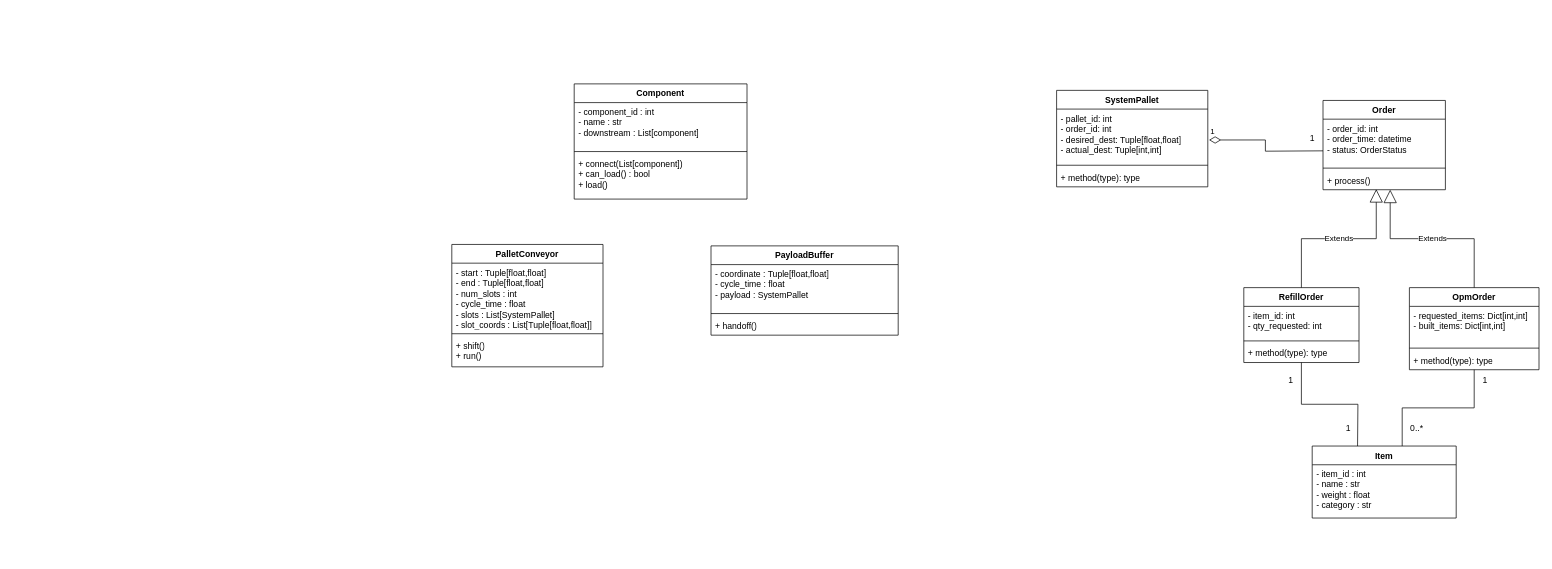
joonaMakiKorte/MaterialFlow keeps this draw.io diagram as docs/uml/class_diagram.drawio. Above is the earlier version. Source tidied: cells renumbered, new cells numbered last; positions are measured from the earlier drawing's top-left corner, leaving out a move shared by most shapes. Both pictures are drawn from the tidied source at 72%, with x=0, y=0 at pixel (451, 84).
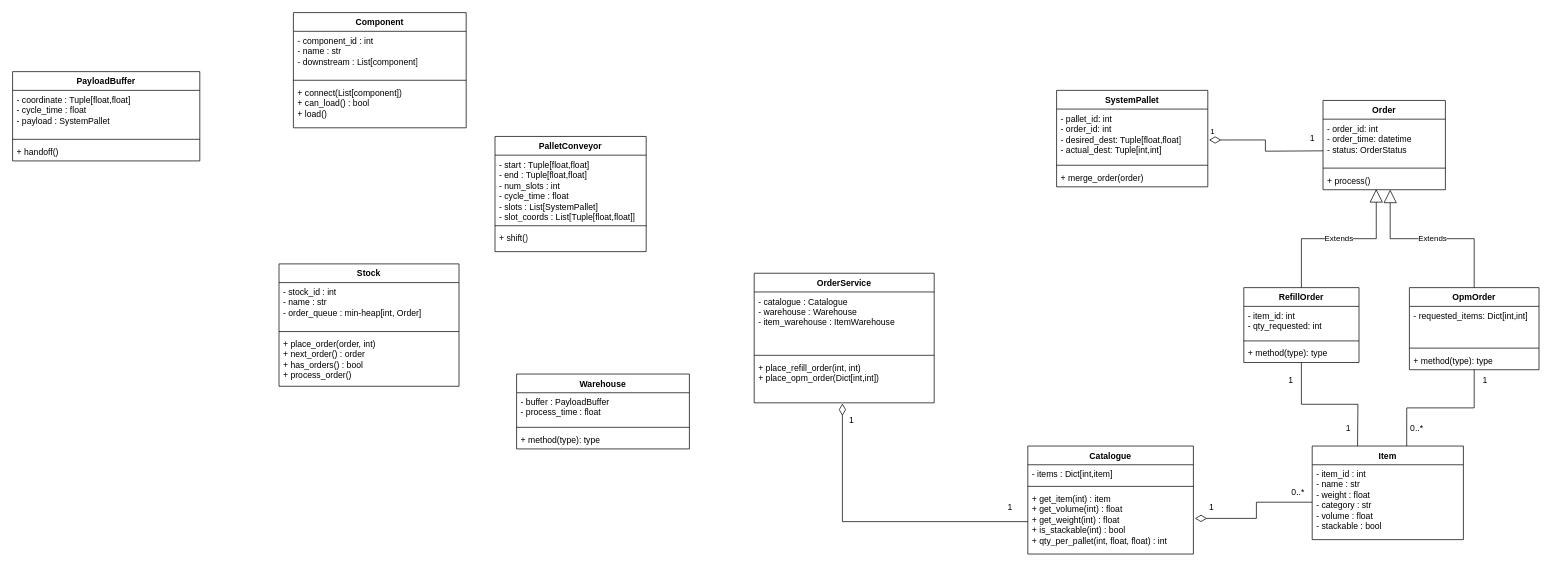
The same page after the edit.

Unchanged cells that the change refers to:
```xml
<mxCell id="8" value="SystemPallet" style="swimlane;fontStyle=1;align=center;verticalAlign=top;horizontal=1;startSize=26;whiteSpace=wrap;html=1;" parent="1" vertex="1">
  <mxGeometry x="840" y="9" width="210" height="134" as="geometry" />
</mxCell>
<mxCell id="16" value="OpmOrder" style="swimlane;fontStyle=1;align=center;verticalAlign=top;horizontal=1;startSize=26;whiteSpace=wrap;html=1;" parent="1" vertex="1">
  <mxGeometry x="1330" y="283" width="180" height="114" as="geometry" />
</mxCell>
```

Diff of the diagram source:
```diff
@@
     <mxCell id="6" value="Item" style="swimlane;fontStyle=1;align=center;verticalAlign=top;horizontal=1;startSize=26;whiteSpace=wrap;html=1;" parent="1" vertex="1">
-      <mxGeometry x="1195" y="503" width="200" height="100" as="geometry" />
+      <mxGeometry x="1195" y="503" width="210" height="130" as="geometry" />
     </mxCell>
-    <mxCell id="7" value="- item_id : int&lt;div&gt;- name : str&lt;/div&gt;&lt;div&gt;- weight : float&lt;/div&gt;&lt;div&gt;- category : str&amp;nbsp;&lt;/div&gt;" style="text;strokeColor=none;fillColor=none;align=left;verticalAlign=top;spacingLeft=4;spacingRight=4;overflow=hidden;points=[[0,0.5],[1,0.5]];portConstraint=eastwest;whiteSpace=wrap;html=1;" parent="6" vertex="1">
-      <mxGeometry y="26" width="200" height="74" as="geometry" />
+    <mxCell id="7" value="- item_id : int&lt;div&gt;- name : str&lt;/div&gt;&lt;div&gt;- weight : float&lt;/div&gt;&lt;div&gt;- category : str&lt;/div&gt;&lt;div&gt;- volume : float&lt;/div&gt;&lt;div&gt;- stackable : bool&amp;nbsp;&lt;/div&gt;" style="text;strokeColor=none;fillColor=none;align=left;verticalAlign=top;spacingLeft=4;spacingRight=4;overflow=hidden;points=[[0,0.5],[1,0.5]];portConstraint=eastwest;whiteSpace=wrap;html=1;" parent="6" vertex="1">
+      <mxGeometry y="26" width="210" height="104" as="geometry" />
     </mxCell>
@@
-    <mxCell id="11" value="+ method(type): type" style="text;strokeColor=none;fillColor=none;align=left;verticalAlign=top;spacingLeft=4;spacingRight=4;overflow=hidden;whiteSpace=wrap;html=1;" parent="8" vertex="1">
+    <mxCell id="11" value="+ merge_order(order)" style="text;strokeColor=none;fillColor=none;align=left;verticalAlign=top;spacingLeft=4;spacingRight=4;overflow=hidden;whiteSpace=wrap;html=1;" parent="8" vertex="1">
       <mxGeometry y="108" width="210" height="26" as="geometry" />
     </mxCell>
@@
-    <mxCell id="17" value="- requested_items: Dict[int,int]&lt;div&gt;- built_items: Dict[int,int]&lt;/div&gt;" style="text;strokeColor=none;fillColor=none;align=left;verticalAlign=top;spacingLeft=4;spacingRight=4;overflow=hidden;whiteSpace=wrap;html=1;" parent="16" vertex="1">
+    <mxCell id="17" value="- requested_items: Dict[int,int]" style="text;strokeColor=none;fillColor=none;align=left;verticalAlign=top;spacingLeft=4;spacingRight=4;overflow=hidden;whiteSpace=wrap;html=1;" parent="16" vertex="1">
       <mxGeometry y="26" width="180" height="54" as="geometry" />
     </mxCell>
@@
     <mxCell id="30" value="Component" style="swimlane;fontStyle=1;align=center;verticalAlign=top;horizontal=1;startSize=26;whiteSpace=wrap;html=1;" parent="1" vertex="1">
-      <mxGeometry x="170" width="240" height="160" as="geometry" />
+      <mxGeometry x="-220" y="-99" width="240" height="160" as="geometry" />
     </mxCell>
@@
     <mxCell id="34" value="PalletConveyor" style="swimlane;fontStyle=1;align=center;verticalAlign=top;horizontal=1;startSize=26;whiteSpace=wrap;html=1;" parent="1" vertex="1">
-      <mxGeometry y="223" width="210" height="170" as="geometry" />
+      <mxGeometry x="60" y="73" width="210" height="160" as="geometry" />
     </mxCell>
@@
-    <mxCell id="37" value="+ shift()&lt;div&gt;+ run()&lt;/div&gt;" style="text;strokeColor=none;fillColor=none;align=left;verticalAlign=top;spacingLeft=4;spacingRight=4;overflow=hidden;whiteSpace=wrap;html=1;" parent="34" vertex="1">
-      <mxGeometry y="128" width="210" height="42" as="geometry" />
+    <mxCell id="37" value="+ shift()&lt;div&gt;&lt;br&gt;&lt;/div&gt;" style="text;strokeColor=none;fillColor=none;align=left;verticalAlign=top;spacingLeft=4;spacingRight=4;overflow=hidden;whiteSpace=wrap;html=1;" parent="34" vertex="1">
+      <mxGeometry y="128" width="210" height="32" as="geometry" />
     </mxCell>
     <mxCell id="38" value="PayloadBuffer" style="swimlane;fontStyle=1;align=center;verticalAlign=top;horizontal=1;startSize=26;whiteSpace=wrap;html=1;" parent="1" vertex="1">
-      <mxGeometry x="360" y="225" width="260" height="124" as="geometry" />
+      <mxGeometry x="-610" y="-17" width="260" height="124" as="geometry" />
     </mxCell>
@@
+    <mxCell id="42" value="Catalogue" style="swimlane;fontStyle=1;align=center;verticalAlign=top;horizontal=1;startSize=26;whiteSpace=wrap;html=1;" parent="1" vertex="1">
+      <mxGeometry x="800" y="503" width="230" height="150" as="geometry" />
+    </mxCell>
+    <mxCell id="43" value="- items : Dict[int,item]" style="text;strokeColor=none;fillColor=none;align=left;verticalAlign=top;spacingLeft=4;spacingRight=4;overflow=hidden;whiteSpace=wrap;html=1;" parent="42" vertex="1">
+      <mxGeometry y="26" width="230" height="26" as="geometry" />
+    </mxCell>
+    <mxCell id="44" style="line;strokeWidth=1;fillColor=none;align=left;verticalAlign=middle;spacingTop=-1;spacingLeft=3;spacingRight=3;labelPosition=right;strokeColor=inherit;" parent="42" vertex="1">
+      <mxGeometry y="52" width="230" height="8" as="geometry" />
+    </mxCell>
+    <mxCell id="45" value="+ get_item(int) : item&lt;div&gt;+ get_volume(int) : float&lt;/div&gt;&lt;div&gt;+ get_weight(int) : float&lt;/div&gt;&lt;div&gt;+ is_stackable(int) : bool&lt;/div&gt;&lt;div&gt;+ qty_per_pallet(int, float, float) : int&lt;/div&gt;" style="text;strokeColor=none;fillColor=none;align=left;verticalAlign=top;spacingLeft=4;spacingRight=4;overflow=hidden;points=[[0,0.5],[1,0.5]];portConstraint=eastwest;whiteSpace=wrap;html=1;" parent="42" vertex="1">
+      <mxGeometry y="60" width="230" height="90" as="geometry" />
+    </mxCell>
+    <mxCell id="46" style="edgeStyle=orthogonalEdgeStyle;rounded=0;jettySize=auto;html=1;endArrow=none;endFill=0;startArrow=diamondThin;startFill=0;exitX=1.009;exitY=0.45;exitDx=0;exitDy=0;exitPerimeter=0;startSize=14;" parent="1" edge="1" source="45" target="7">
+      <mxGeometry relative="1" as="geometry" />
+    </mxCell>
+    <mxCell id="47" value="1" style="text;html=1;align=center;verticalAlign=middle;strokeColor=none;fillColor=none;" parent="1" vertex="1">
+      <mxGeometry x="1040" y="573" width="30" height="30" as="geometry" />
+    </mxCell>
+    <mxCell id="48" value="0..*" style="text;html=1;align=center;verticalAlign=middle;strokeColor=none;fillColor=none;" parent="1" vertex="1">
+      <mxGeometry x="1155" y="553" width="40" height="30" as="geometry" />
+    </mxCell>
+    <mxCell id="49" value="OrderService" style="swimlane;fontStyle=1;align=center;verticalAlign=top;horizontal=1;startSize=26;whiteSpace=wrap;html=1;" parent="1" vertex="1">
+      <mxGeometry x="420" y="263" width="250" height="180" as="geometry" />
+    </mxCell>
+    <mxCell id="50" value="- catalogue : Catalogue&lt;div&gt;- warehouse : Warehouse&lt;/div&gt;&lt;div&gt;- item_warehouse : ItemWarehouse&lt;/div&gt;" style="text;strokeColor=none;fillColor=none;align=left;verticalAlign=top;spacingLeft=4;spacingRight=4;overflow=hidden;whiteSpace=wrap;html=1;" parent="49" vertex="1">
+      <mxGeometry y="26" width="250" height="84" as="geometry" />
+    </mxCell>
+    <mxCell id="51" style="line;strokeWidth=1;fillColor=none;align=left;verticalAlign=middle;spacingTop=-1;spacingLeft=3;spacingRight=3;labelPosition=right;strokeColor=inherit;" parent="49" vertex="1">
+      <mxGeometry y="110" width="250" height="8" as="geometry" />
+    </mxCell>
+    <mxCell id="52" value="+ place_refill_order(int, int)&lt;div&gt;+ place_opm_order(Dict[int,int])&lt;/div&gt;" style="text;strokeColor=none;fillColor=none;align=left;verticalAlign=top;spacingLeft=4;spacingRight=4;overflow=hidden;points=[[0,0.5],[1,0.5]];portConstraint=eastwest;whiteSpace=wrap;html=1;" parent="49" vertex="1">
+      <mxGeometry y="118" width="250" height="62" as="geometry" />
+    </mxCell>
+    <mxCell id="53" style="edgeStyle=orthogonalEdgeStyle;rounded=0;jettySize=auto;html=1;startArrow=diamondThin;startFill=0;startSize=14;exitX=0.49;exitY=1.016;exitDx=0;exitDy=0;exitPerimeter=0;endArrow=none;endFill=0;" parent="1" edge="1" source="52" target="45">
+      <mxGeometry relative="1" as="geometry" />
+    </mxCell>
+    <mxCell id="54" value="1" style="text;html=1;align=center;verticalAlign=middle;strokeColor=none;fillColor=none;" parent="1" vertex="1">
+      <mxGeometry x="540" y="453" width="30" height="30" as="geometry" />
+    </mxCell>
+    <mxCell id="55" value="1" style="text;html=1;align=center;verticalAlign=middle;strokeColor=none;fillColor=none;" parent="1" vertex="1">
+      <mxGeometry x="760" y="573" width="30" height="30" as="geometry" />
+    </mxCell>
+    <mxCell id="56" value="Stock" style="swimlane;fontStyle=1;align=center;verticalAlign=top;horizontal=1;startSize=26;whiteSpace=wrap;html=1;" parent="1" vertex="1">
+      <mxGeometry x="-240" y="250" width="250" height="170" as="geometry" />
+    </mxCell>
+    <mxCell id="57" value="- stock_id : int&lt;div&gt;- name : str&lt;/div&gt;&lt;div&gt;- order_queue : min-heap[int, Order]&lt;/div&gt;&lt;div&gt;&amp;nbsp;&lt;/div&gt;" style="text;strokeColor=none;fillColor=none;align=left;verticalAlign=top;spacingLeft=4;spacingRight=4;overflow=hidden;whiteSpace=wrap;html=1;" parent="56" vertex="1">
+      <mxGeometry y="26" width="250" height="64" as="geometry" />
+    </mxCell>
+    <mxCell id="58" style="line;strokeWidth=1;fillColor=none;align=left;verticalAlign=middle;spacingTop=-1;spacingLeft=3;spacingRight=3;labelPosition=right;strokeColor=inherit;" parent="56" vertex="1">
+      <mxGeometry y="90" width="250" height="8" as="geometry" />
+    </mxCell>
+    <mxCell id="59" value="+ place_order(order, int)&lt;div&gt;+ next_order() : order&lt;/div&gt;&lt;div&gt;+ has_orders() : bool&lt;/div&gt;&lt;div&gt;+ process_order()&lt;/div&gt;" style="text;strokeColor=none;fillColor=none;align=left;verticalAlign=top;spacingLeft=4;spacingRight=4;overflow=hidden;whiteSpace=wrap;html=1;" parent="56" vertex="1">
+      <mxGeometry y="98" width="250" height="72" as="geometry" />
+    </mxCell>
+    <mxCell id="60" value="Warehouse" style="swimlane;fontStyle=1;align=center;verticalAlign=top;horizontal=1;startSize=26;whiteSpace=wrap;html=1;" parent="1" vertex="1">
+      <mxGeometry x="90" y="403" width="240" height="104" as="geometry" />
+    </mxCell>
+    <mxCell id="61" value="- buffer : PayloadBuffer&lt;div&gt;- process_time : float&lt;/div&gt;" style="text;strokeColor=none;fillColor=none;align=left;verticalAlign=top;spacingLeft=4;spacingRight=4;overflow=hidden;whiteSpace=wrap;html=1;" parent="60" vertex="1">
+      <mxGeometry y="26" width="240" height="44" as="geometry" />
+    </mxCell>
+    <mxCell id="62" style="line;strokeWidth=1;fillColor=none;align=left;verticalAlign=middle;spacingTop=-1;spacingLeft=3;spacingRight=3;labelPosition=right;strokeColor=inherit;" parent="60" vertex="1">
+      <mxGeometry y="70" width="240" height="8" as="geometry" />
+    </mxCell>
+    <mxCell id="63" value="+ method(type): type" style="text;strokeColor=none;fillColor=none;align=left;verticalAlign=top;spacingLeft=4;spacingRight=4;overflow=hidden;whiteSpace=wrap;html=1;" parent="60" vertex="1">
+      <mxGeometry y="78" width="240" height="26" as="geometry" />
+    </mxCell>
```
